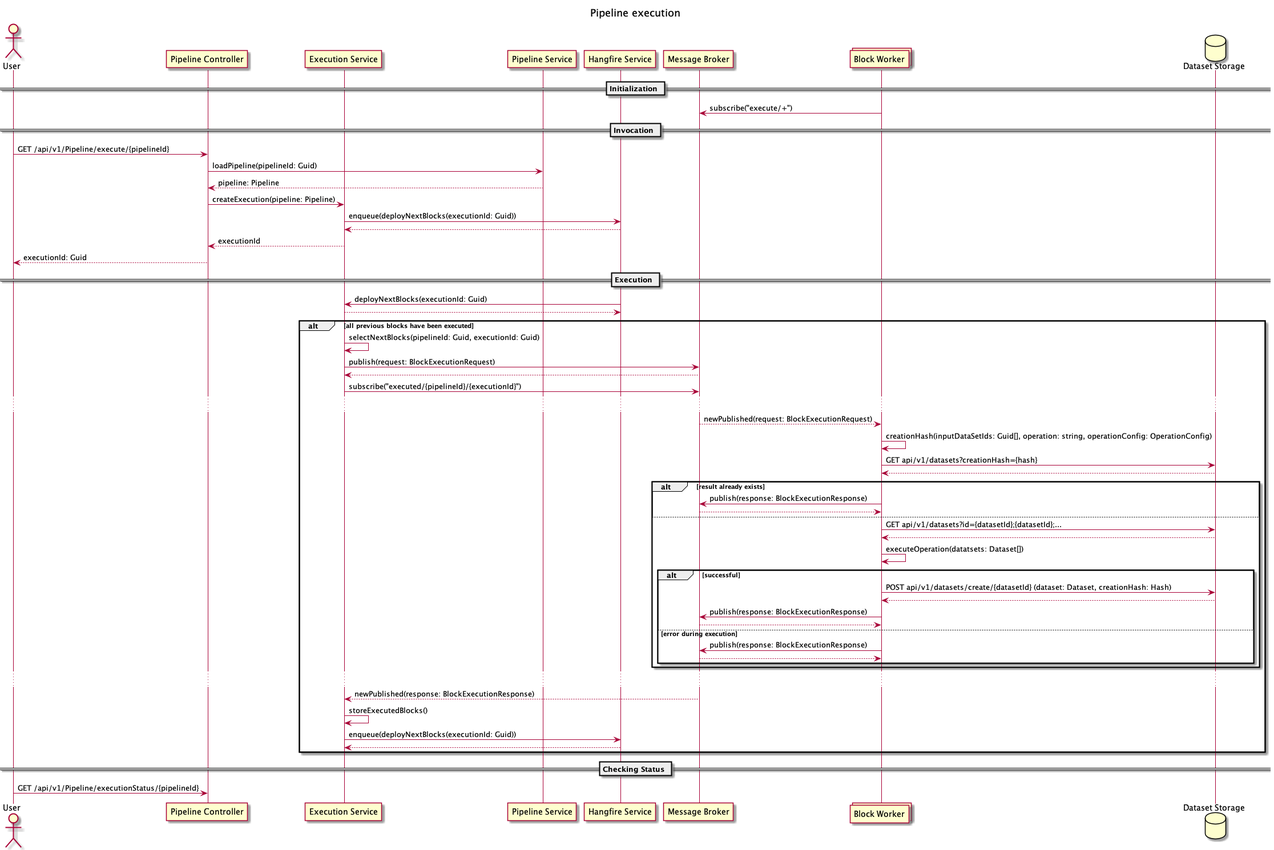
project-hanse/prototype-a keeps this PlantUML diagram as docs/sequence-diagrams/pipeline_execution.png. Above is the earlier version.
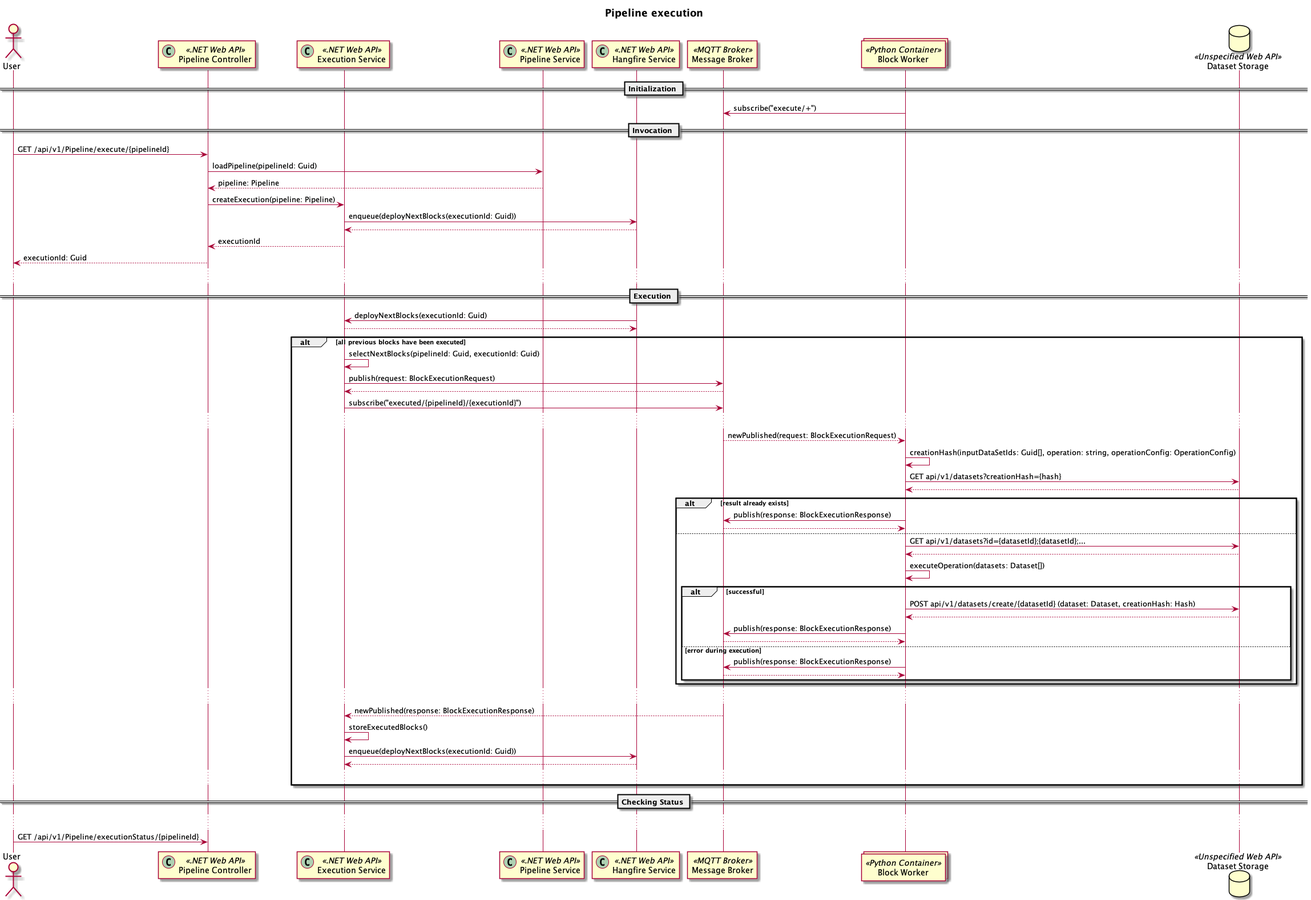
After the commit.

Commit message:
[HT-13] Refined sequence diagram

Change to the diagram source:
```diff
@@ -7,17 +7,17 @@
 !$mb = "Message Broker"
 !$bw = "Block Worker"
 !$ds = "Dataset Storage"
-!$u = "User"
 
-title Pipeline execution
-actor "$u"
-participant "$pc"
-participant "$es"
-participant "$ps"
-participant "$hs"
-participant "$mb"
-collections "$bw"
-database "$ds"
+title ** Pipeline execution **
+
+actor User
+participant "$pc" << (C,#ADD1B2) .NET Web API >>
+participant "$es" << (C,#ADD1B2) .NET Web API >>
+participant "$ps" << (C,#ADD1B2) .NET Web API >>
+participant "$hs" << (C,#ADD1B2) .NET Web API >>
+participant "$mb" << MQTT Broker >>
+collections "$bw" << Python Container >>
+database "$ds" << Unspecified Web API >>
 
 == Initialization ==
 
@@ -25,7 +25,7 @@
 
 == Invocation ==
 
-"$u" -> "$pc" : GET /api/v1/Pipeline/execute/{pipelineId}
+"User" -> "$pc" : GET /api/v1/Pipeline/execute/{pipelineId}
 
 "$pc" -> "$ps": loadPipeline(pipelineId: Guid)
 "$pc" <-- "$ps": pipeline: Pipeline
@@ -33,8 +33,8 @@
 "$es" -> "$hs": enqueue(deployNextBlocks(executionId: Guid))
 "$es" <-- "$hs"
 "$pc" <-- "$es": executionId
-"$u" <-- "$pc" : executionId: Guid
-
+"User" <-- "$pc" : executionId: Guid
+...
 == Execution ==
 "$hs" -> "$es": deployNextBlocks(executionId: Guid)
 "$hs" <-- "$es"
@@ -57,7 +57,7 @@
         "$bw" -> "$ds" : GET api/v1/datasets?id={datasetId};{datasetId};...
         "$bw" <-- "$ds"
 
-        "$bw" -> "$bw" : executeOperation(datatsets: Dataset[])
+        "$bw" -> "$bw" : executeOperation(datasets: Dataset[])
 
         alt successful
             "$bw" -> "$ds" : POST api/v1/datasets/create/{datasetId} (dataset: Dataset, creationHash: Hash)
@@ -74,10 +74,11 @@
     "$es" -> "$es": storeExecutedBlocks()
     "$es" -> "$hs": enqueue(deployNextBlocks(executionId: Guid))
     "$es" <-- "$hs"
+    ...
 end
 
 == Checking Status ==
-
-"$u" -> "$pc" : GET /api/v1/Pipeline/executionStatus/{pipelineId}
+    ...
+"User" -> "$pc" : GET /api/v1/Pipeline/executionStatus/{pipelineId}
 
 @enduml
```
